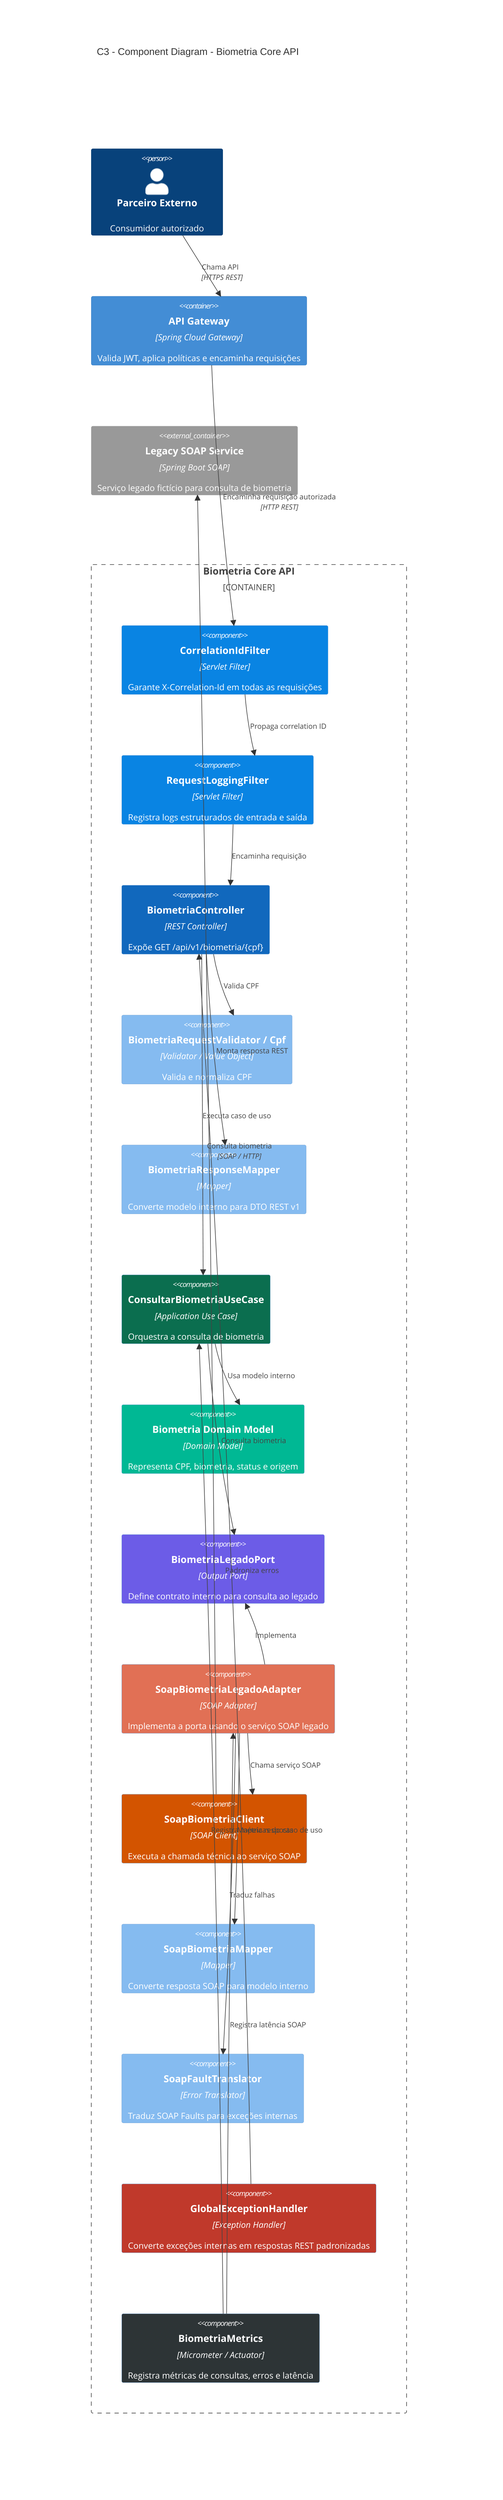
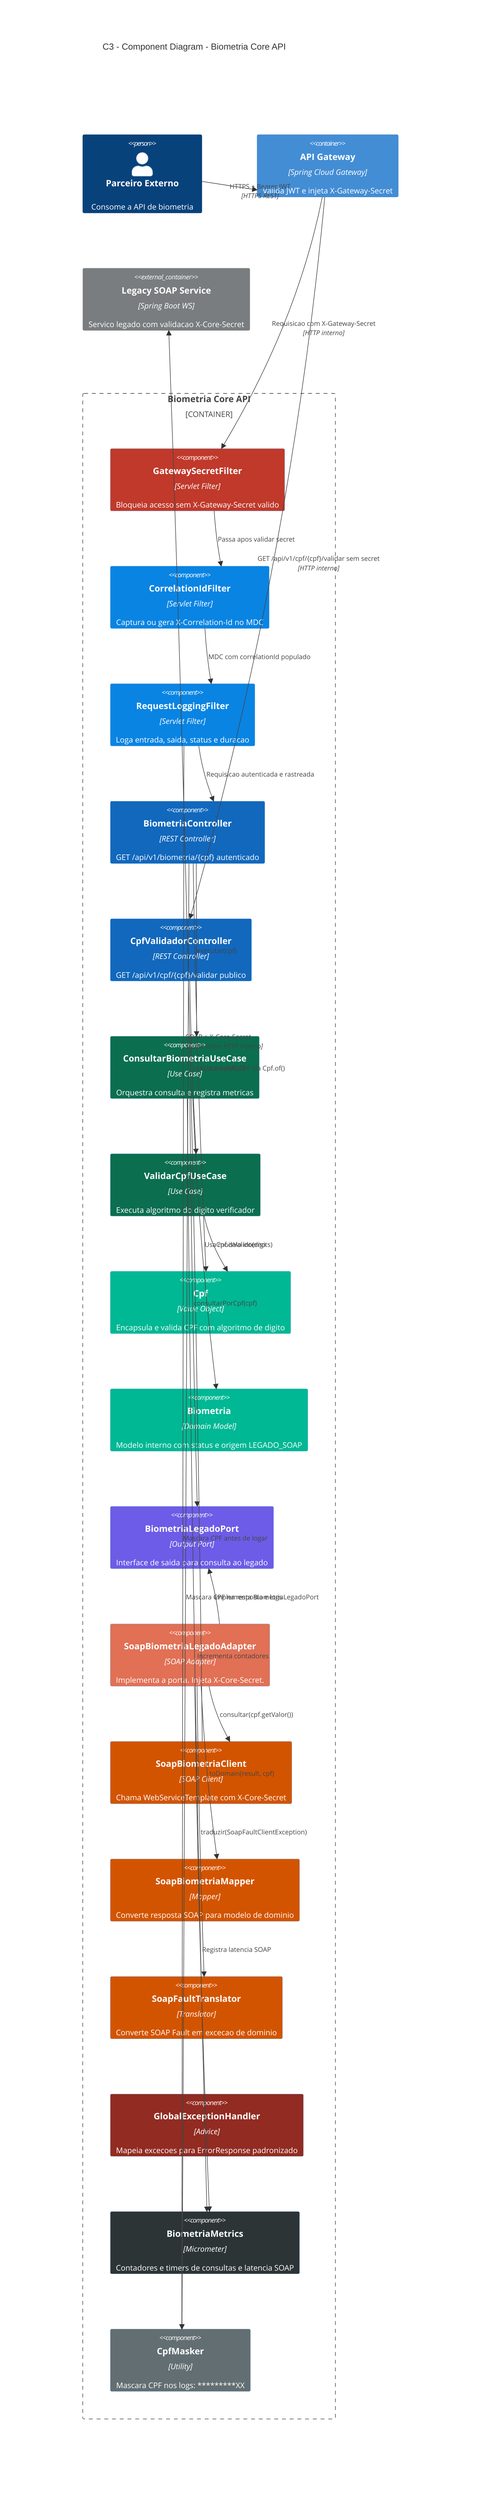
- %% C4 Model - C3 Component Diagram
- %% Projeto: POC Vivo – Integração Arquitetural
- %% Artefato: C3-Component-Core-API.mmd
- %% Versão: 1.0
+ %% C4 Model - C3 Component Diagram - Biometria Core API
+ %% POC Vivo - Integracao Arquitetural
+ %% Versao: 1.1 - Corrigido: novos componentes de seguranca, direcoes de relacao, nomes sem caracteres especiais

C4Component
- title C3 - Component Diagram - Biometria Core API
+     title C3 - Component Diagram - Biometria Core API

- Person(parceiro, "Parceiro Externo", "Consumidor autorizado")
+     Person(parceiro, "Parceiro Externo", "Consome a API de biometria")
+     Container(gateway, "API Gateway", "Spring Cloud Gateway", "Valida JWT e injeta X-Gateway-Secret")
+     Container_Ext(legacySoap, "Legacy SOAP Service", "Spring Boot WS", "Servico legado com validacao X-Core-Secret")

- Container(gateway, "API Gateway", "Spring Cloud Gateway", "Valida JWT, aplica políticas e encaminha requisições")
- Container_Ext(legacySoap, "Legacy SOAP Service", "Spring Boot SOAP", "Serviço legado fictício para consulta de biometria")
+     Container_Boundary(core, "Biometria Core API") {
+         Component(gatewayFilter, "GatewaySecretFilter", "Servlet Filter", "Bloqueia acesso sem X-Gateway-Secret valido")
+         Component(corrFilter, "CorrelationIdFilter", "Servlet Filter", "Captura ou gera X-Correlation-Id no MDC")
+         Component(logFilter, "RequestLoggingFilter", "Servlet Filter", "Loga entrada, saida, status e duracao")

- Container_Boundary(core, "Biometria Core API") {
+         Component(biometriaCtrl, "BiometriaController", "REST Controller", "GET /api/v1/biometria/{cpf} autenticado")
+         Component(cpfCtrl, "CpfValidadorController", "REST Controller", "GET /api/v1/cpf/{cpf}/validar publico")

-     Component(correlationFilter, "CorrelationIdFilter", "Servlet Filter", "Garante X-Correlation-Id em todas as requisições")
-     Component(loggingFilter, "RequestLoggingFilter", "Servlet Filter", "Registra logs estruturados de entrada e saída")
+         Component(consultarUC, "ConsultarBiometriaUseCase", "Use Case", "Orquestra consulta e registra metricas")
+         Component(validarUC, "ValidarCpfUseCase", "Use Case", "Executa algoritmo do digito verificador")

-     Component(controller, "BiometriaController", "REST Controller", "Expõe GET /api/v1/biometria/{cpf}")
-     Component(validator, "BiometriaRequestValidator / Cpf", "Validator / Value Object", "Valida e normaliza CPF")
-     Component(responseMapper, "BiometriaResponseMapper", "Mapper", "Converte modelo interno para DTO REST v1")
+         Component(cpfVO, "Cpf", "Value Object", "Encapsula e valida CPF com algoritmo de digito")
+         Component(domain, "Biometria", "Domain Model", "Modelo interno com status e origem LEGADO_SOAP")

-     Component(useCase, "ConsultarBiometriaUseCase", "Application Use Case", "Orquestra a consulta de biometria")
-     Component(domain, "Biometria Domain Model", "Domain Model", "Representa CPF, biometria, status e origem")
+         Component(port, "BiometriaLegadoPort", "Output Port", "Interface de saida para consulta ao legado")
+         Component(adapter, "SoapBiometriaLegadoAdapter", "SOAP Adapter", "Implementa a porta. Injeta X-Core-Secret.")
+         Component(soapClient, "SoapBiometriaClient", "SOAP Client", "Chama WebServiceTemplate com X-Core-Secret")
+         Component(soapMapper, "SoapBiometriaMapper", "Mapper", "Converte resposta SOAP para modelo de dominio")
+         Component(faultTrans, "SoapFaultTranslator", "Translator", "Converte SOAP Fault em excecao de dominio")

-     Component(port, "BiometriaLegadoPort", "Output Port", "Define contrato interno para consulta ao legado")
-     Component(adapter, "SoapBiometriaLegadoAdapter", "SOAP Adapter", "Implementa a porta usando o serviço SOAP legado")
-     Component(soapClient, "SoapBiometriaClient", "SOAP Client", "Executa a chamada técnica ao serviço SOAP")
-     Component(soapMapper, "SoapBiometriaMapper", "Mapper", "Converte resposta SOAP para modelo interno")
-     Component(faultTranslator, "SoapFaultTranslator", "Error Translator", "Traduz SOAP Faults para exceções internas")
+         Component(errHandler, "GlobalExceptionHandler", "Advice", "Mapeia excecoes para ErrorResponse padronizado")
+         Component(metrics, "BiometriaMetrics", "Micrometer", "Contadores e timers de consultas e latencia SOAP")
+         Component(cpfMasker, "CpfMasker", "Utility", "Mascara CPF nos logs: *********XX")
+     }

-     Component(exceptionHandler, "GlobalExceptionHandler", "Exception Handler", "Converte exceções internas em respostas REST padronizadas")
-     Component(metrics, "BiometriaMetrics", "Micrometer / Actuator", "Registra métricas de consultas, erros e latência")
- }
+     Rel(parceiro, gateway, "HTTPS + Bearer JWT", "HTTPS REST")
+     Rel(gateway, gatewayFilter, "Requisicao com X-Gateway-Secret", "HTTP interno")
+     Rel(gatewayFilter, corrFilter, "Passa apos validar secret")
+     Rel(corrFilter, logFilter, "MDC com correlationId populado")
+     Rel(logFilter, biometriaCtrl, "Requisicao autenticada e rastreada")
+     Rel(gateway, cpfCtrl, "GET /api/v1/cpf/{cpf}/validar sem secret", "HTTP interno")

- Rel(parceiro, gateway, "Chama API", "HTTPS REST")
- Rel(gateway, correlationFilter, "Encaminha requisição autorizada", "HTTP REST")
- Rel(correlationFilter, loggingFilter, "Propaga correlation ID")
- Rel(loggingFilter, controller, "Encaminha requisição")
+     Rel(biometriaCtrl, cpfVO, "Cria e valida CPF via Cpf.of()")
+     Rel(biometriaCtrl, consultarUC, "executar(cpf)")
+     Rel(cpfCtrl, validarUC, "executar(rawCpf)")
+     Rel(validarUC, cpfVO, "Cpf.isValido(digits)")

- Rel(controller, validator, "Valida CPF")
- Rel(controller, useCase, "Executa caso de uso")
- Rel(useCase, port, "Consulta biometria")
- Rel(adapter, port, "Implementa")
- Rel(adapter, soapClient, "Chama serviço SOAP")
- Rel(adapter, soapMapper, "Mapeia resposta")
- Rel(adapter, faultTranslator, "Traduz falhas")
- Rel(soapClient, legacySoap, "Consulta biometria", "SOAP / HTTP")
+     Rel(consultarUC, port, "consultarPorCpf(cpf)")
+     Rel(consultarUC, domain, "Usa modelo interno")
+     Rel(consultarUC, metrics, "Incrementa contadores")

- Rel(useCase, domain, "Usa modelo interno")
- Rel(controller, responseMapper, "Monta resposta REST")
- Rel(exceptionHandler, controller, "Padroniza erros")
- Rel(metrics, useCase, "Registra métricas do caso de uso")
- Rel(metrics, adapter, "Registra latência SOAP")
+     Rel(adapter, port, "Implementa BiometriaLegadoPort")
+     Rel(adapter, soapClient, "consultar(cpf.getValor())")
+     Rel(adapter, soapMapper, "toDomain(result, cpf)")
+     Rel(adapter, faultTrans, "traduzir(SoapFaultClientException)")
+     Rel(adapter, metrics, "Registra latencia SOAP")

- UpdateElementStyle(controller, $bgColor="#1168bd", $fontColor="#ffffff")
- UpdateElementStyle(useCase, $bgColor="#0b6e4f", $fontColor="#ffffff")
- UpdateElementStyle(port, $bgColor="#6c5ce7", $fontColor="#ffffff")
- UpdateElementStyle(adapter, $bgColor="#e17055", $fontColor="#ffffff")
- UpdateElementStyle(soapClient, $bgColor="#d35400", $fontColor="#ffffff")
- UpdateElementStyle(legacySoap, $bgColor="#999999", $fontColor="#ffffff")
- UpdateElementStyle(domain, $bgColor="#00b894", $fontColor="#ffffff")
- UpdateElementStyle(exceptionHandler, $bgColor="#c0392b", $fontColor="#ffffff")
- UpdateElementStyle(correlationFilter, $bgColor="#0984e3", $fontColor="#ffffff")
- UpdateElementStyle(loggingFilter, $bgColor="#0984e3", $fontColor="#ffffff")
- UpdateElementStyle(metrics, $bgColor="#2d3436", $fontColor="#ffffff")
+     Rel(soapClient, legacySoap, "SOAP + X-Core-Secret", "SOAP sobre HTTP interno")
+ 
+     Rel(biometriaCtrl, cpfMasker, "Mascara CPF na resposta e logs")
+     Rel(logFilter, cpfMasker, "Mascara CPF antes de logar")
+ 
+     UpdateElementStyle(gatewayFilter, $bgColor="#c0392b", $fontColor="#ffffff")
+     UpdateElementStyle(corrFilter, $bgColor="#0984e3", $fontColor="#ffffff")
+     UpdateElementStyle(logFilter, $bgColor="#0984e3", $fontColor="#ffffff")
+     UpdateElementStyle(biometriaCtrl, $bgColor="#1168bd", $fontColor="#ffffff")
+     UpdateElementStyle(cpfCtrl, $bgColor="#1168bd", $fontColor="#ffffff")
+     UpdateElementStyle(consultarUC, $bgColor="#0b6e4f", $fontColor="#ffffff")
+     UpdateElementStyle(validarUC, $bgColor="#0b6e4f", $fontColor="#ffffff")
+     UpdateElementStyle(cpfVO, $bgColor="#00b894", $fontColor="#ffffff")
+     UpdateElementStyle(domain, $bgColor="#00b894", $fontColor="#ffffff")
+     UpdateElementStyle(port, $bgColor="#6c5ce7", $fontColor="#ffffff")
+     UpdateElementStyle(adapter, $bgColor="#e17055", $fontColor="#ffffff")
+     UpdateElementStyle(soapClient, $bgColor="#d35400", $fontColor="#ffffff")
+     UpdateElementStyle(soapMapper, $bgColor="#d35400", $fontColor="#ffffff")
+     UpdateElementStyle(faultTrans, $bgColor="#d35400", $fontColor="#ffffff")
+     UpdateElementStyle(errHandler, $bgColor="#922b21", $fontColor="#ffffff")
+     UpdateElementStyle(metrics, $bgColor="#2d3436", $fontColor="#ffffff")
+     UpdateElementStyle(cpfMasker, $bgColor="#636e72", $fontColor="#ffffff")
+     UpdateElementStyle(legacySoap, $bgColor="#797d7f", $fontColor="#ffffff")
